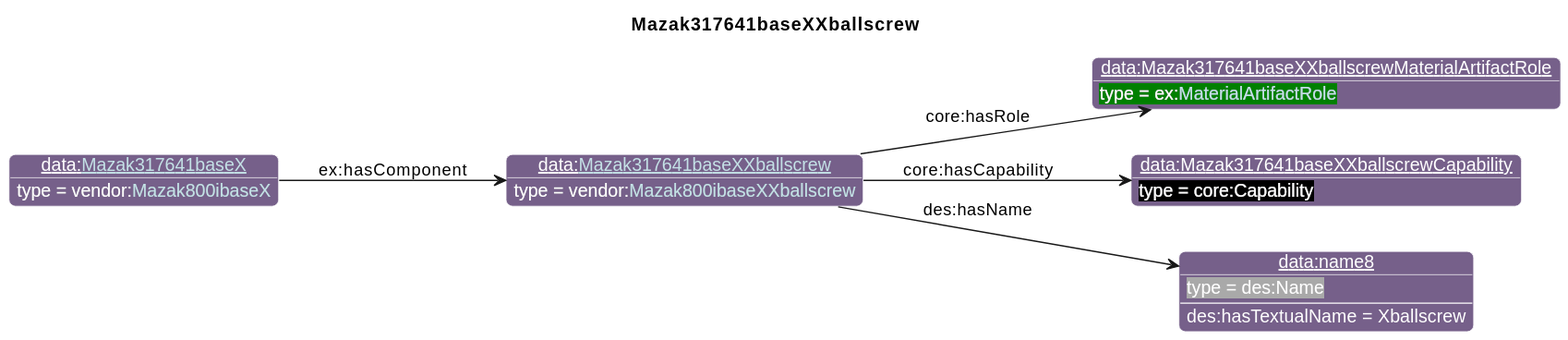
The PlantUML diagram diagrams/Mazak317641baseXXballscrew.svg in iofoundry/example-syseng-mtconnect, before a commit.
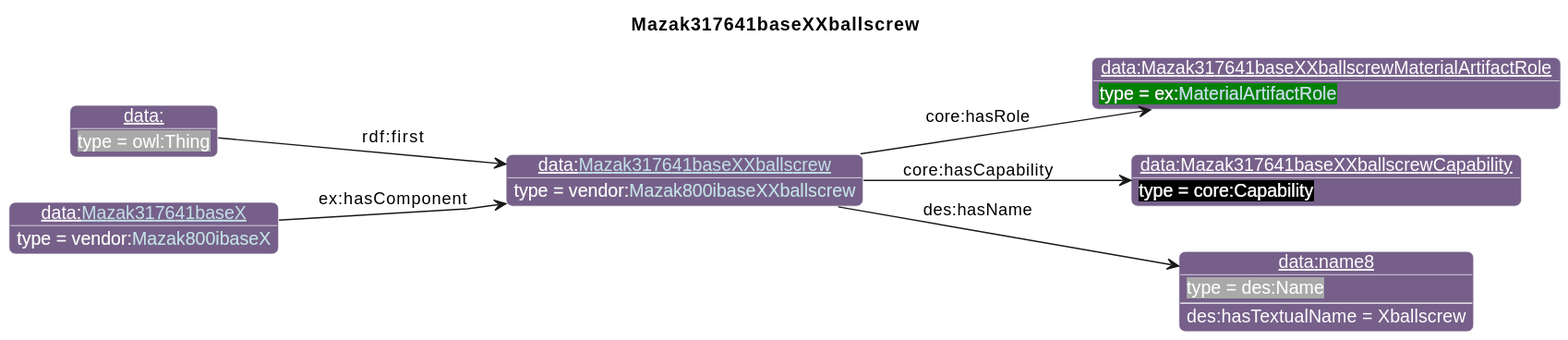
Later version of the same file.

The edit, as a diff of the source:
```diff
@@ -29,10 +29,12 @@
 individual(o1, data:Mazak317641baseXXballscrewMaterialArtifactRole, ex:[[../Example.html#MaterialArtifactRole MaterialArtifactRole]])
 individual(o2, data:Mazak317641baseXXballscrewCapability, core:Capability)
 individual(o3, data:name8, des:Name)
-individual(o4, data:[[./Mazak317641baseX.html Mazak317641baseX]], vendor:[[../Mazak.html#Mazak800ibaseX Mazak800ibaseX]])
+individual(o4, data:, owl:Thing)
+individual(o5, data:[[./Mazak317641baseX.html Mazak317641baseX]], vendor:[[../Mazak.html#Mazak800ibaseX Mazak800ibaseX]])
 property(o0, "core:hasRole", o1)
 property(o0, "core:hasCapability", o2)
 property(o0, "des:hasName", o3)
 data(o3, "des:hasTextualName", "Xballscrew")
-property(o4, "ex:hasComponent", o0)
+property(o4, "rdf:first", o0)
+property(o5, "ex:hasComponent", o0)
 @enduml
```
